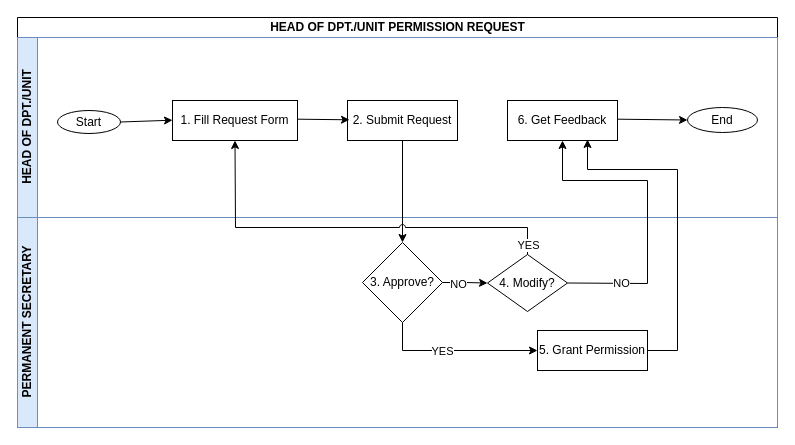
This is page "directors permission request" (2 of 15) of wajibika/wajibika-sketches.drawio from MbalamulaS/tech-diagrams, a draw.io file, before an edit. Source tidied: cells renumbered, new cells numbered last; positions are measured from the earlier drawing's top-left corner, leaving out a move shared by most shapes. Both pictures are drawn from the tidied source at 100%, with x=0, y=0 at pixel (17, 17).
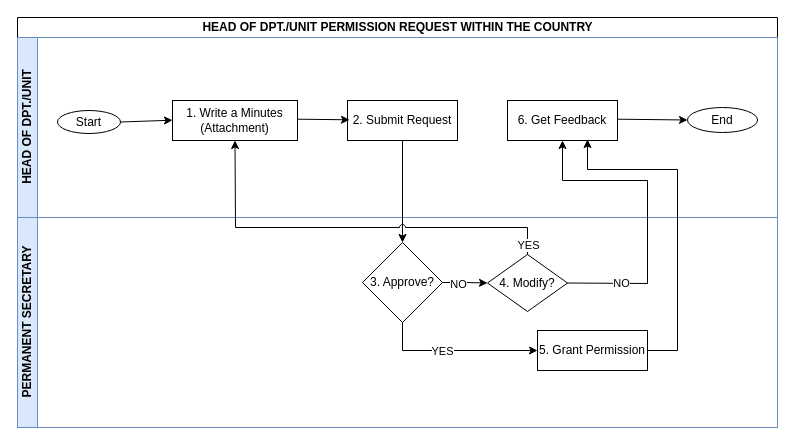
After the change.

The change refers to these unchanged cells:
```xml
<mxCell id="3" value="HEAD OF DPT./UNIT" style="swimlane;startSize=20;horizontal=0;html=1;fillColor=#dae8fc;strokeColor=#6c8ebf;swimlaneFillColor=#FFFFFF;" parent="2" vertex="1">
  <mxGeometry y="20" width="760" height="180" as="geometry" />
</mxCell>
```

The edit, as a diff of the source:
```diff
@@
-    <mxCell id="2" value="HEAD OF DPT./UNIT PERMISSION REQUEST" style="swimlane;horizontal=1;startSize=20;html=1;swimlaneFillColor=#FFFFFF;" parent="1" vertex="1">
+    <mxCell id="2" value="HEAD OF DPT./UNIT PERMISSION REQUEST WITHIN THE COUNTRY" style="swimlane;horizontal=1;startSize=20;html=1;swimlaneFillColor=#FFFFFF;" parent="1" vertex="1">
       <mxGeometry width="760" height="410" as="geometry" />
     </mxCell>
@@
-    <mxCell id="5" value="1. Fill Request Form" style="whiteSpace=wrap;html=1;" parent="3" vertex="1">
+    <mxCell id="5" value="&lt;div&gt;1. Write a Minutes&lt;/div&gt;&lt;div&gt;(Attachment)&lt;br&gt;&lt;/div&gt;" style="whiteSpace=wrap;html=1;" parent="3" vertex="1">
       <mxGeometry x="155" y="63" width="125" height="40" as="geometry" />
     </mxCell>
```
